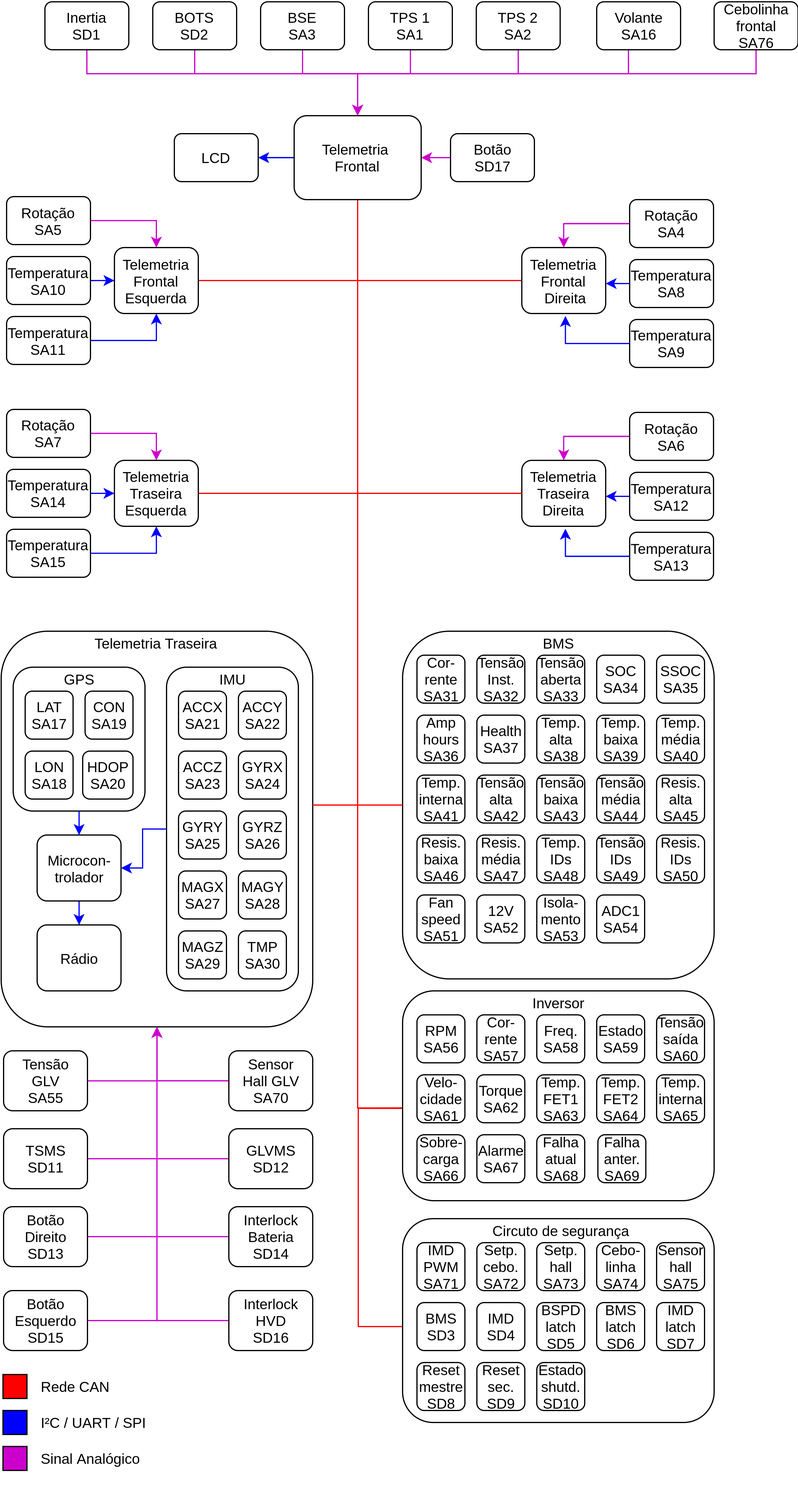
Earlier version of the draw.io export source/images/sensors.png (TelemetriaCheetah/TelemetriaCheetah.github.io). Source tidied: cells renumbered, new cells last; positions are measured from the earlier drawing's top-left corner, leaving out a move shared by most shapes.
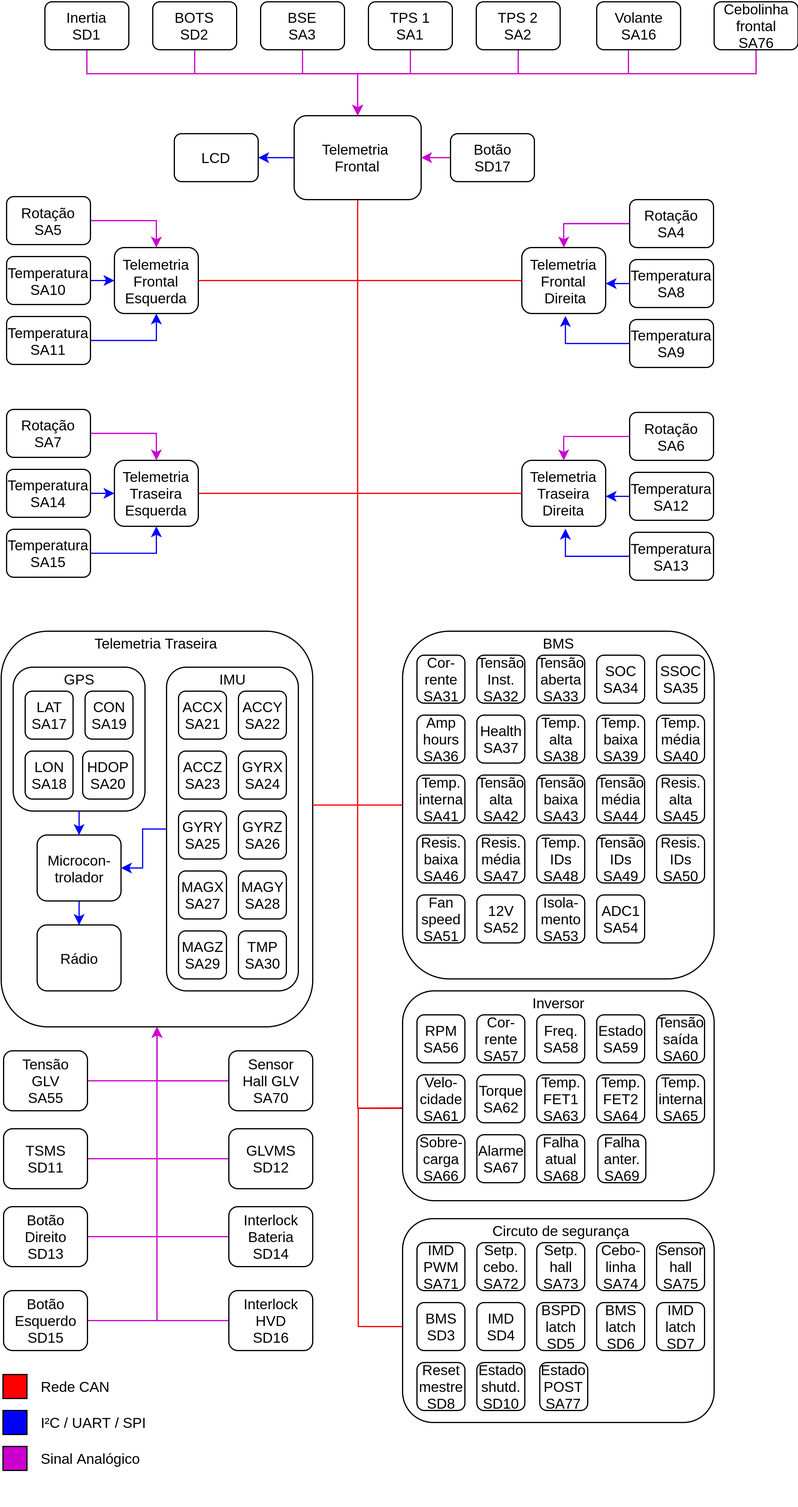
The same file after the commit.

Commit message:
Adicionando sensor do autoteste

The edit, as a diff of the source:
```diff
@@ -488,11 +488,11 @@
     <mxCell id="144" value="Reset&lt;br&gt;mestre&lt;br&gt;SD8" style="rounded=1;whiteSpace=wrap;html=1;fillColor=#FFFFFF;" parent="1" vertex="1">
       <mxGeometry x="347.5" y="1135" width="40" height="40" as="geometry" />
     </mxCell>
-    <mxCell id="145" value="Reset&lt;br&gt;sec.&lt;br&gt;SD9" style="rounded=1;whiteSpace=wrap;html=1;fillColor=#FFFFFF;" parent="1" vertex="1">
-      <mxGeometry x="397.5" y="1135" width="40" height="40" as="geometry" />
+    <mxCell id="145" value="Estado&lt;br&gt;POST&lt;br&gt;SA77" style="rounded=1;whiteSpace=wrap;html=1;fillColor=#FFFFFF;" parent="1" vertex="1">
+      <mxGeometry x="450" y="1135" width="40" height="40" as="geometry" />
     </mxCell>
     <mxCell id="146" value="Estado&lt;br&gt;shutd.&lt;br&gt;SD10" style="rounded=1;whiteSpace=wrap;html=1;fillColor=#FFFFFF;" parent="1" vertex="1">
-      <mxGeometry x="447.5" y="1135" width="40" height="40" as="geometry" />
+      <mxGeometry x="397.5" y="1135" width="40" height="40" as="geometry" />
     </mxCell>
     <mxCell id="147" style="edgeStyle=orthogonalEdgeStyle;rounded=0;jettySize=auto;html=1;strokeColor=#CC00CC;" parent="1" edge="1" source="148" target="32">
       <mxGeometry relative="1" as="geometry">
```
